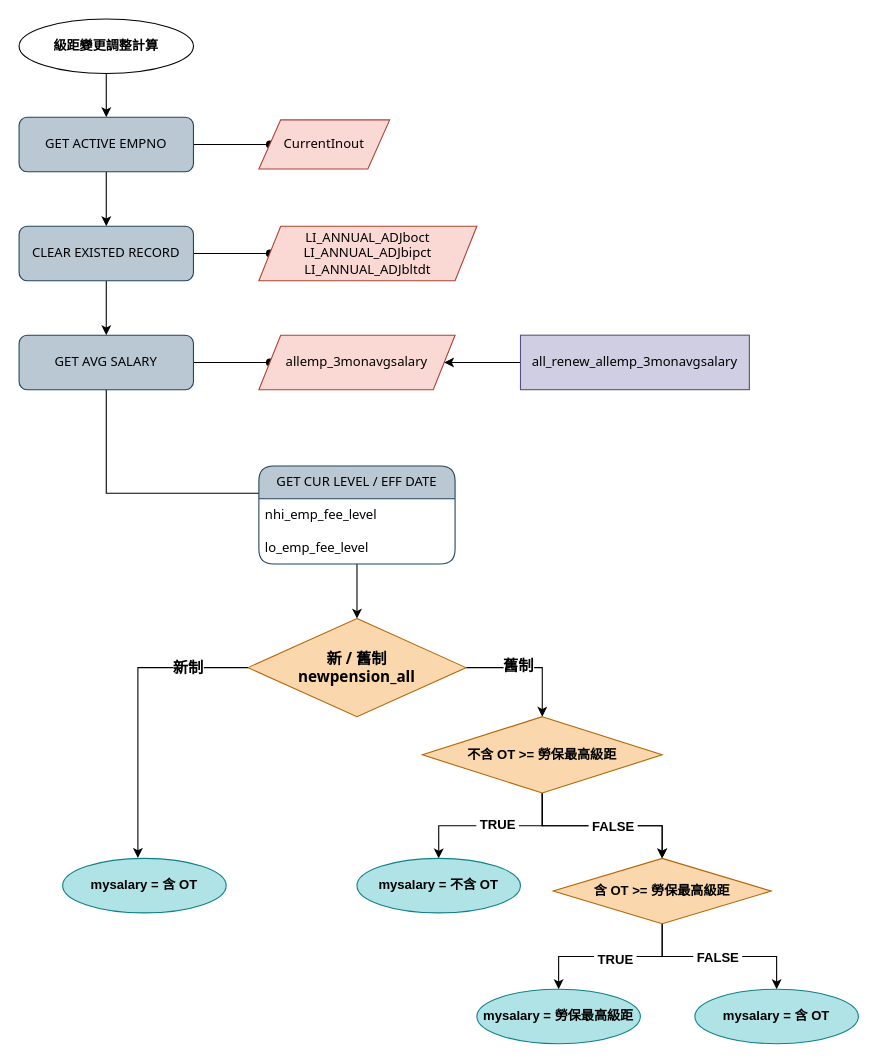
charlenelin0/Flow-Chart keeps this draw.io diagram as page "Main" (1 of 2) of 勞保級距調整.drawio. Above is the earlier version. Source tidied: cells renumbered, new cells numbered last; positions are measured from the earlier drawing's top-left corner, leaving out a move shared by most shapes. Both pictures are drawn from the tidied source at 109%, with x=0, y=0 at pixel (19, 19).
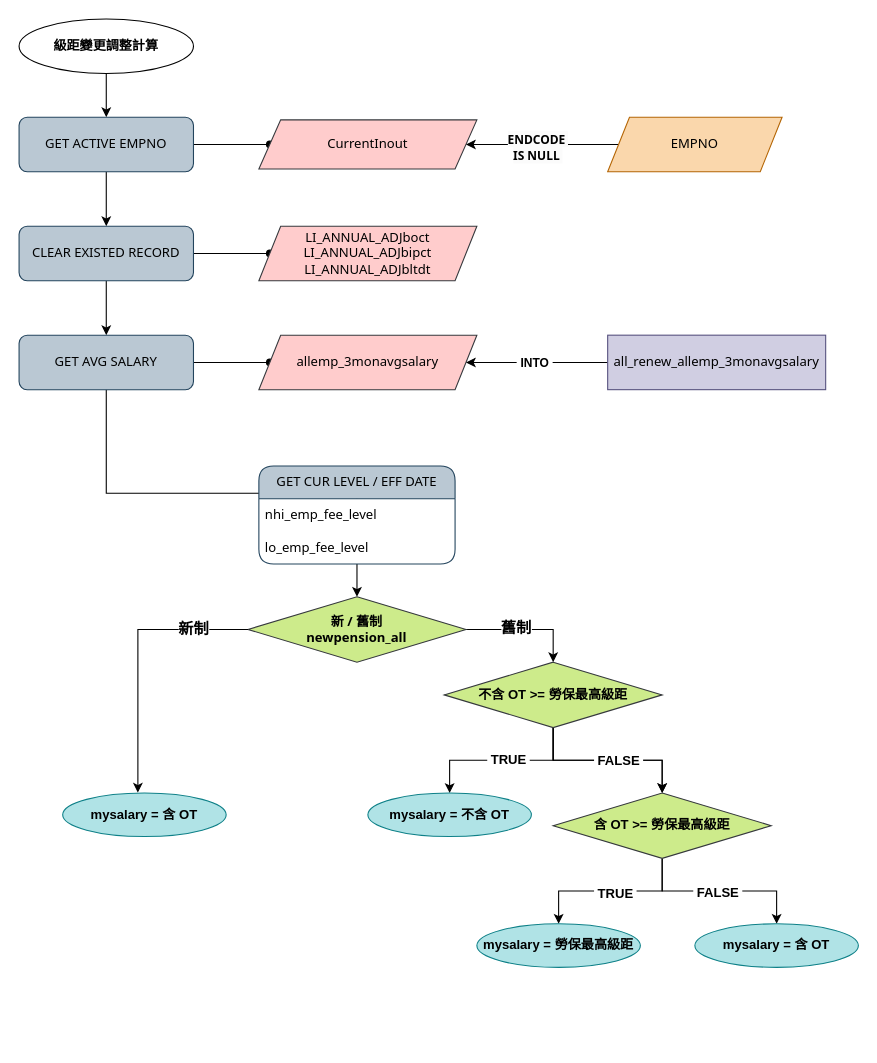
The same page after the edit.

Commit message:
Update 勞保級距調整.drawio

The change refers to these unchanged cells:
```xml
<mxCell id="22" style="edgeStyle=orthogonalEdgeStyle;rounded=0;jettySize=auto;html=1;" parent="1" edge="1" source="23" target="16">
  <mxGeometry relative="1" as="geometry" />
</mxCell>
```

What changed in the source:
```diff
@@
-    <mxCell id="15" value="&lt;font face=&quot;Tahoma&quot;&gt;CurrentInout&lt;/font&gt;" style="shape=parallelogram;perimeter=parallelogramPerimeter;whiteSpace=wrap;html=1;fixedSize=1;fillColor=#fad9d5;strokeColor=#ae4132;" parent="1" vertex="1">
-      <mxGeometry x="220" y="92.5" width="120" height="45" as="geometry" />
+    <mxCell id="15" value="&lt;font face=&quot;Tahoma&quot;&gt;CurrentInout&lt;/font&gt;" style="shape=parallelogram;perimeter=parallelogramPerimeter;whiteSpace=wrap;html=1;fixedSize=1;fillColor=#ffcccc;strokeColor=#36393d;" parent="1" vertex="1">
+      <mxGeometry x="220" y="92.5" width="200" height="45" as="geometry" />
     </mxCell>
-    <mxCell id="16" value="&lt;font face=&quot;Tahoma&quot;&gt;allemp_3monavgsalary&lt;/font&gt;" style="shape=parallelogram;perimeter=parallelogramPerimeter;whiteSpace=wrap;html=1;fixedSize=1;fillColor=#fad9d5;strokeColor=#ae4132;" parent="1" vertex="1">
-      <mxGeometry x="220" y="290" width="180" height="50" as="geometry" />
+    <mxCell id="16" value="&lt;font face=&quot;Tahoma&quot;&gt;allemp_3monavgsalary&lt;/font&gt;" style="shape=parallelogram;perimeter=parallelogramPerimeter;whiteSpace=wrap;html=1;fixedSize=1;fillColor=#ffcccc;strokeColor=#36393d;" parent="1" vertex="1">
+      <mxGeometry x="220" y="290" width="200" height="50" as="geometry" />
     </mxCell>
@@
-    <mxCell id="21" value="&lt;font face=&quot;Tahoma&quot;&gt;LI_ANNUAL_ADJboct&lt;br&gt;LI_ANNUAL_ADJbipct&lt;br&gt;LI_ANNUAL_ADJbltdt&lt;/font&gt;" style="shape=parallelogram;perimeter=parallelogramPerimeter;whiteSpace=wrap;html=1;fixedSize=1;fillColor=#fad9d5;strokeColor=#ae4132;" parent="1" vertex="1">
+    <mxCell id="21" value="&lt;font face=&quot;Tahoma&quot;&gt;LI_ANNUAL_ADJboct&lt;br&gt;LI_ANNUAL_ADJbipct&lt;br&gt;LI_ANNUAL_ADJbltdt&lt;/font&gt;" style="shape=parallelogram;perimeter=parallelogramPerimeter;whiteSpace=wrap;html=1;fixedSize=1;fillColor=#ffcccc;strokeColor=#36393d;" parent="1" vertex="1">
       <mxGeometry x="220" y="190" width="200" height="50" as="geometry" />
     </mxCell>
@@
+    <mxCell id="44" value="&lt;b&gt;&amp;nbsp;INTO&amp;nbsp;&lt;/b&gt;" style="edgeLabel;html=1;align=center;verticalAlign=middle;" parent="22" vertex="1">
+      <mxGeometry x="0.05" relative="1" as="geometry" />
+    </mxCell>
     <mxCell id="23" value="&lt;span style=&quot;font-family: Tahoma;&quot;&gt;all_renew_allemp_3monavgsalary&lt;/span&gt;" style="rounded=0;whiteSpace=wrap;html=1;fillColor=#d0cee2;strokeColor=#56517e;" parent="1" vertex="1">
-      <mxGeometry x="460" y="290" width="210" height="50" as="geometry" />
+      <mxGeometry x="540" y="290" width="200" height="50" as="geometry" />
     </mxCell>
@@
-    <mxCell id="26" value="&lt;font face=&quot;Tahoma&quot; style=&quot;font-size: 14px;&quot;&gt;&lt;font style=&quot;&quot;&gt;&lt;b style=&quot;&quot;&gt;新 / 舊制&lt;br&gt;&lt;/b&gt;&lt;/font&gt;&lt;b style=&quot;&quot;&gt;newpension_all&lt;/b&gt;&lt;/font&gt;" style="rhombus;whiteSpace=wrap;html=1;fillColor=#fad7ac;strokeColor=#b46504;" parent="1" vertex="1">
-      <mxGeometry x="210" y="550" width="200" height="90" as="geometry" />
+    <mxCell id="26" value="&lt;font face=&quot;Tahoma&quot; style=&quot;font-size: 12px;&quot;&gt;&lt;font style=&quot;&quot;&gt;&lt;b style=&quot;&quot;&gt;新 / 舊制&lt;br&gt;&lt;/b&gt;&lt;/font&gt;&lt;b style=&quot;&quot;&gt;newpension_all&lt;/b&gt;&lt;/font&gt;" style="rhombus;whiteSpace=wrap;html=1;fillColor=#cdeb8b;strokeColor=#36393d;" parent="1" vertex="1">
+      <mxGeometry x="210" y="530" width="200" height="60" as="geometry" />
     </mxCell>
@@
-    <mxCell id="32" value="&lt;font style=&quot;font-size: 12px;&quot;&gt;&lt;b style=&quot;&quot;&gt;不含 OT &amp;gt;= 勞保最高級距&lt;/b&gt;&lt;/font&gt;" style="rhombus;whiteSpace=wrap;html=1;fillColor=#fad7ac;strokeColor=#b46504;" parent="1" vertex="1">
-      <mxGeometry x="370" y="640" width="220" height="70" as="geometry" />
+    <mxCell id="32" value="&lt;font style=&quot;font-size: 12px;&quot;&gt;&lt;b style=&quot;&quot;&gt;不含 OT &amp;gt;= 勞保最高級距&lt;/b&gt;&lt;/font&gt;" style="rhombus;whiteSpace=wrap;html=1;fillColor=#cdeb8b;strokeColor=#36393d;" parent="1" vertex="1">
+      <mxGeometry x="390" y="590" width="200" height="60" as="geometry" />
     </mxCell>
     <mxCell id="33" value="&lt;b&gt;mysalary = 含 OT&lt;/b&gt;" style="ellipse;whiteSpace=wrap;html=1;fillColor=#b0e3e6;strokeColor=#0e8088;" parent="1" vertex="1">
-      <mxGeometry x="40" y="770" width="150" height="50" as="geometry" />
+      <mxGeometry x="40" y="710" width="150" height="40" as="geometry" />
     </mxCell>
@@
-    <mxCell id="40" value="&lt;font style=&quot;font-size: 12px;&quot;&gt;&lt;b style=&quot;&quot;&gt;含 OT &amp;gt;= 勞保最高級距&lt;/b&gt;&lt;/font&gt;" style="rhombus;whiteSpace=wrap;html=1;fillColor=#fad7ac;strokeColor=#b46504;" parent="1" vertex="1">
-      <mxGeometry x="490" y="770" width="200" height="60" as="geometry" />
+    <mxCell id="40" value="&lt;font style=&quot;font-size: 12px;&quot;&gt;&lt;b style=&quot;&quot;&gt;含 OT &amp;gt;= 勞保最高級距&lt;/b&gt;&lt;/font&gt;" style="rhombus;whiteSpace=wrap;html=1;fillColor=#cdeb8b;strokeColor=#36393d;" parent="1" vertex="1">
+      <mxGeometry x="490" y="710" width="200" height="60" as="geometry" />
     </mxCell>
     <mxCell id="41" value="&lt;font style=&quot;font-size: 12px;&quot;&gt;&lt;b&gt;mysalary =&amp;nbsp;不含 OT&lt;/b&gt;&lt;/font&gt;" style="ellipse;whiteSpace=wrap;html=1;fillColor=#b0e3e6;strokeColor=#0e8088;" parent="1" vertex="1">
-      <mxGeometry x="310" y="770" width="150" height="50" as="geometry" />
+      <mxGeometry x="320" y="710" width="150" height="40" as="geometry" />
     </mxCell>
     <mxCell id="42" value="&lt;b&gt;mysalary =&amp;nbsp;&lt;/b&gt;&lt;b&gt;勞保最高級距&lt;/b&gt;" style="ellipse;whiteSpace=wrap;html=1;fillColor=#b0e3e6;strokeColor=#0e8088;" parent="1" vertex="1">
-      <mxGeometry x="420" y="890" width="150" height="50" as="geometry" />
+      <mxGeometry x="420" y="830" width="150" height="40" as="geometry" />
     </mxCell>
     <mxCell id="43" value="&lt;b&gt;mysalary =&amp;nbsp;&lt;/b&gt;&lt;b&gt;含 OT&lt;/b&gt;" style="ellipse;whiteSpace=wrap;html=1;fillColor=#b0e3e6;strokeColor=#0e8088;" parent="1" vertex="1">
-      <mxGeometry x="620" y="890" width="150" height="50" as="geometry" />
+      <mxGeometry x="620" y="830" width="150" height="40" as="geometry" />
     </mxCell>
+    <mxCell id="45" style="edgeStyle=orthogonalEdgeStyle;rounded=0;jettySize=auto;html=1;" parent="1" edge="1" source="47" target="15">
+      <mxGeometry relative="1" as="geometry" />
+    </mxCell>
+    <mxCell id="46" value="&lt;span style=&quot;font-family: Tahoma; text-wrap: wrap; background-color: rgb(251, 251, 251);&quot;&gt;&lt;b style=&quot;&quot;&gt;&lt;font style=&quot;font-size: 11px;&quot;&gt;ENDCODE&amp;nbsp;&lt;br&gt;IS NULL&amp;nbsp;&lt;/font&gt;&lt;/b&gt;&lt;/span&gt;" style="edgeLabel;html=1;align=center;verticalAlign=middle;" parent="45" vertex="1">
+      <mxGeometry x="0.07" y="2" relative="1" as="geometry" />
+    </mxCell>
+    <mxCell id="47" value="&lt;font face=&quot;Tahoma&quot;&gt;EMPNO&lt;/font&gt;" style="shape=parallelogram;perimeter=parallelogramPerimeter;whiteSpace=wrap;html=1;fixedSize=1;fillColor=#fad7ac;strokeColor=#b46504;" parent="1" vertex="1">
+      <mxGeometry x="540" y="90" width="160" height="50" as="geometry" />
+    </mxCell>
```
